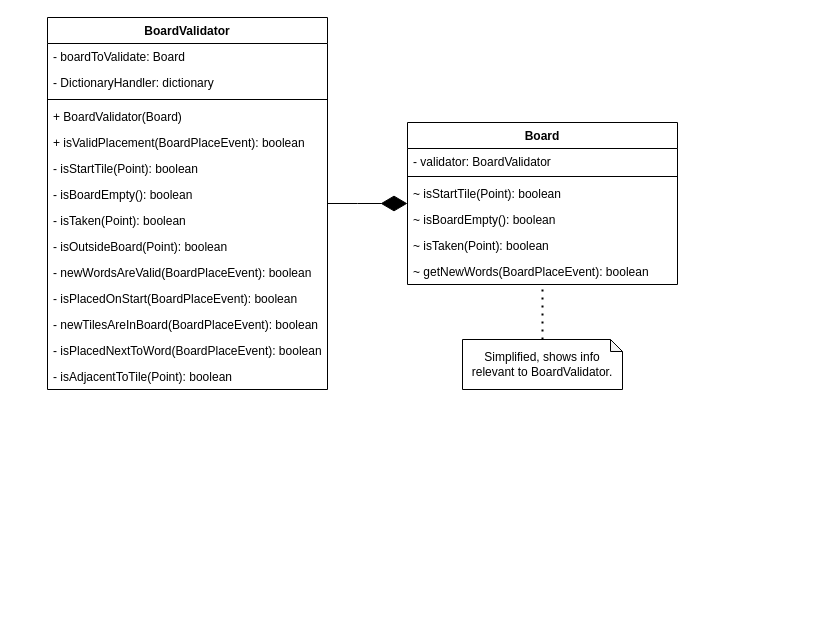
Before: page "BoardValidator" (1 of 2) of UML/ClassDiagrams/Model/BoardValidator.drawio in trk20/Scuffle, a draw.io diagram. Source tidied: cells renumbered, new cells numbered last; positions are measured from the earlier drawing's top-left corner, leaving out a move shared by most shapes. Both pictures are drawn from the tidied source at 100%, with x=0, y=0 at pixel (47, 17).
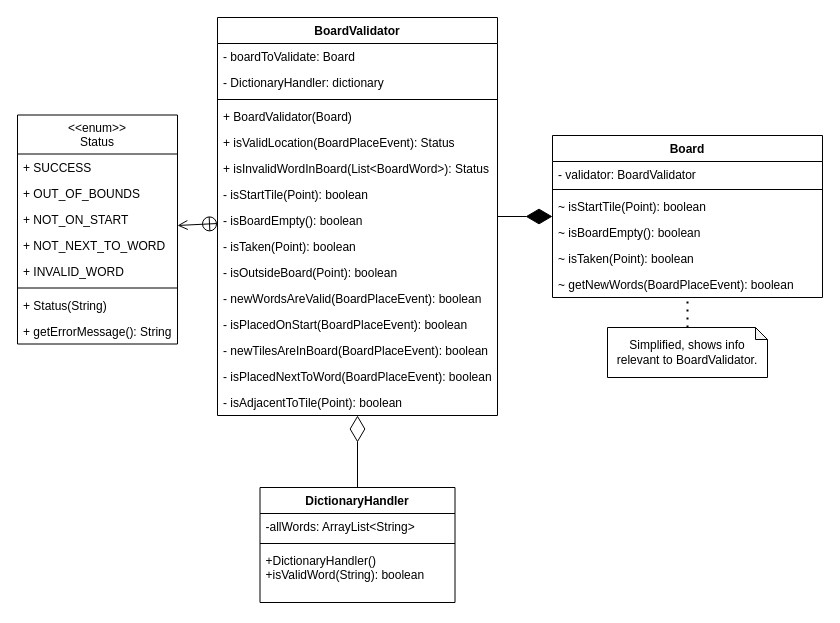
Above is the later version.

What changed in the source:
```diff
@@
     <mxCell id="2" value="BoardValidator" style="swimlane;fontStyle=1;align=center;verticalAlign=top;horizontal=1;startSize=26;" parent="1" vertex="1">
-      <mxGeometry width="280" height="372" as="geometry" />
+      <mxGeometry x="170" width="280" height="398" as="geometry" />
     </mxCell>
@@
-    <mxCell id="7" value="+ isValidPlacement(BoardPlaceEvent): boolean" style="text;strokeColor=none;fillColor=none;align=left;verticalAlign=top;spacingLeft=4;spacingRight=4;overflow=hidden;" parent="2" vertex="1">
+    <mxCell id="7" value="+ isValidLocation(BoardPlaceEvent): Status" style="text;strokeColor=none;fillColor=none;align=left;verticalAlign=top;spacingLeft=4;spacingRight=4;overflow=hidden;" parent="2" vertex="1">
       <mxGeometry y="112" width="280" height="26" as="geometry" />
     </mxCell>
+    <mxCell id="28" value="+ isInvalidWordInBoard(List&lt;BoardWord&gt;): Status" style="text;strokeColor=none;fillColor=none;align=left;verticalAlign=top;spacingLeft=4;spacingRight=4;overflow=hidden;" parent="2" vertex="1">
+      <mxGeometry y="138" width="280" height="26" as="geometry" />
+    </mxCell>
     <mxCell id="8" value="- isStartTile(Point): boolean" style="text;strokeColor=none;fillColor=none;align=left;verticalAlign=top;spacingLeft=4;spacingRight=4;overflow=hidden;" parent="2" vertex="1">
-      <mxGeometry y="138" width="280" height="26" as="geometry" />
+      <mxGeometry y="164" width="280" height="26" as="geometry" />
     </mxCell>
     <mxCell id="9" value="- isBoardEmpty(): boolean" style="text;strokeColor=none;fillColor=none;align=left;verticalAlign=top;spacingLeft=4;spacingRight=4;overflow=hidden;" parent="2" vertex="1">
-      <mxGeometry y="164" width="280" height="26" as="geometry" />
+      <mxGeometry y="190" width="280" height="26" as="geometry" />
     </mxCell>
     <mxCell id="10" value="- isTaken(Point): boolean" style="text;strokeColor=none;fillColor=none;align=left;verticalAlign=top;spacingLeft=4;spacingRight=4;overflow=hidden;" parent="2" vertex="1">
-      <mxGeometry y="190" width="280" height="26" as="geometry" />
+      <mxGeometry y="216" width="280" height="26" as="geometry" />
     </mxCell>
     <mxCell id="11" value="- isOutsideBoard(Point): boolean" style="text;strokeColor=none;fillColor=none;align=left;verticalAlign=top;spacingLeft=4;spacingRight=4;overflow=hidden;" parent="2" vertex="1">
-      <mxGeometry y="216" width="280" height="26" as="geometry" />
+      <mxGeometry y="242" width="280" height="26" as="geometry" />
     </mxCell>
     <mxCell id="12" value="- newWordsAreValid(BoardPlaceEvent): boolean" style="text;strokeColor=none;fillColor=none;align=left;verticalAlign=top;spacingLeft=4;spacingRight=4;overflow=hidden;" parent="2" vertex="1">
-      <mxGeometry y="242" width="280" height="26" as="geometry" />
+      <mxGeometry y="268" width="280" height="26" as="geometry" />
     </mxCell>
     <mxCell id="13" value="- isPlacedOnStart(BoardPlaceEvent): boolean" style="text;strokeColor=none;fillColor=none;align=left;verticalAlign=top;spacingLeft=4;spacingRight=4;overflow=hidden;" parent="2" vertex="1">
-      <mxGeometry y="268" width="280" height="26" as="geometry" />
+      <mxGeometry y="294" width="280" height="26" as="geometry" />
     </mxCell>
     <mxCell id="14" value="- newTilesAreInBoard(BoardPlaceEvent): boolean" style="text;strokeColor=none;fillColor=none;align=left;verticalAlign=top;spacingLeft=4;spacingRight=4;overflow=hidden;" parent="2" vertex="1">
-      <mxGeometry y="294" width="280" height="26" as="geometry" />
+      <mxGeometry y="320" width="280" height="26" as="geometry" />
     </mxCell>
     <mxCell id="15" value="- isPlacedNextToWord(BoardPlaceEvent): boolean" style="text;strokeColor=none;fillColor=none;align=left;verticalAlign=top;spacingLeft=4;spacingRight=4;overflow=hidden;" parent="2" vertex="1">
-      <mxGeometry y="320" width="280" height="26" as="geometry" />
+      <mxGeometry y="346" width="280" height="26" as="geometry" />
     </mxCell>
     <mxCell id="16" value="- isAdjacentToTile(Point): boolean" style="text;strokeColor=none;fillColor=none;align=left;verticalAlign=top;spacingLeft=4;spacingRight=4;overflow=hidden;" parent="2" vertex="1">
-      <mxGeometry y="346" width="280" height="26" as="geometry" />
+      <mxGeometry y="372" width="280" height="26" as="geometry" />
     </mxCell>
     <mxCell id="17" value="Board" style="swimlane;fontStyle=1;align=center;verticalAlign=top;horizontal=1;startSize=26;" parent="1" vertex="1">
-      <mxGeometry x="360" y="105" width="270" height="162" as="geometry" />
+      <mxGeometry x="505" y="118" width="270" height="162" as="geometry" />
     </mxCell>
@@
     <mxCell id="25" value="Simplified, shows info relevant to BoardValidator." style="shape=note;whiteSpace=wrap;html=1;backgroundOutline=1;darkOpacity=0.05;size=12;" parent="1" vertex="1">
-      <mxGeometry x="415" y="322" width="160" height="50" as="geometry" />
+      <mxGeometry x="560" y="310" width="160" height="50" as="geometry" />
     </mxCell>
@@
     <mxCell id="27" style="endArrow=diamondThin;endFill=1;endSize=24;html=1;rounded=0;" parent="1" edge="1" source="2" target="17">
-      <mxGeometry relative="1" as="geometry">
-        <Array as="points">
-          <mxPoint x="310" y="186" />
-        </Array>
-      </mxGeometry>
+      <mxGeometry relative="1" as="geometry" />
     </mxCell>
+    <mxCell id="29" value="&lt;&lt;enum&gt;&gt;&#10;Status" style="swimlane;fontStyle=0;horizontal=1;startSize=39;fillColor=none;" parent="1" vertex="1">
+      <mxGeometry x="-30" y="97.5" width="160" height="229" as="geometry" />
+    </mxCell>
+    <mxCell id="30" value="+ SUCCESS" style="text;strokeColor=none;fillColor=none;align=left;verticalAlign=top;spacingLeft=4;spacingRight=4;overflow=hidden;" parent="29" vertex="1">
+      <mxGeometry y="39" width="160" height="26" as="geometry" />
+    </mxCell>
+    <mxCell id="31" value="+ OUT_OF_BOUNDS" style="text;strokeColor=none;fillColor=none;align=left;verticalAlign=top;spacingLeft=4;spacingRight=4;overflow=hidden;" parent="29" vertex="1">
+      <mxGeometry y="65" width="160" height="26" as="geometry" />
+    </mxCell>
+    <mxCell id="32" value="+ NOT_ON_START" style="text;strokeColor=none;fillColor=none;align=left;verticalAlign=top;spacingLeft=4;spacingRight=4;overflow=hidden;" parent="29" vertex="1">
+      <mxGeometry y="91" width="160" height="26" as="geometry" />
+    </mxCell>
+    <mxCell id="33" value="+ NOT_NEXT_TO_WORD" style="text;strokeColor=none;fillColor=none;align=left;verticalAlign=top;spacingLeft=4;spacingRight=4;overflow=hidden;" parent="29" vertex="1">
+      <mxGeometry y="117" width="160" height="26" as="geometry" />
+    </mxCell>
+    <mxCell id="34" value="+ INVALID_WORD" style="text;strokeColor=none;fillColor=none;align=left;verticalAlign=top;spacingLeft=4;spacingRight=4;overflow=hidden;" parent="29" vertex="1">
+      <mxGeometry y="143" width="160" height="26" as="geometry" />
+    </mxCell>
+    <mxCell id="35" style="line;strokeWidth=1;fillColor=none;align=left;verticalAlign=middle;spacingTop=-1;spacingLeft=3;spacingRight=3;labelPosition=right;" parent="29" vertex="1">
+      <mxGeometry y="169" width="160" height="8" as="geometry" />
+    </mxCell>
+    <mxCell id="36" value="+ Status(String)" style="text;strokeColor=none;fillColor=none;align=left;verticalAlign=top;spacingLeft=4;spacingRight=4;overflow=hidden;" parent="29" vertex="1">
+      <mxGeometry y="177" width="160" height="26" as="geometry" />
+    </mxCell>
+    <mxCell id="37" value="+ getErrorMessage(): String" style="text;strokeColor=none;fillColor=none;align=left;verticalAlign=top;spacingLeft=4;spacingRight=4;overflow=hidden;" parent="29" vertex="1">
+      <mxGeometry y="203" width="160" height="26" as="geometry" />
+    </mxCell>
+    <mxCell id="38" style="endArrow=open;startArrow=circlePlus;endFill=0;startFill=0;endSize=8;html=1;rounded=0;" parent="1" edge="1" source="2" target="29">
+      <mxGeometry relative="1" as="geometry" />
+    </mxCell>
+    <mxCell id="39" value="DictionaryHandler" style="swimlane;fontStyle=1;align=center;verticalAlign=top;horizontal=1;startSize=26;" parent="1" vertex="1">
+      <mxGeometry x="212.5" y="470" width="195" height="115" as="geometry" />
+    </mxCell>
+    <mxCell id="40" value="-allWords: ArrayList&lt;String&gt;" style="text;strokeColor=none;fillColor=none;align=left;verticalAlign=top;spacingLeft=4;spacingRight=4;overflow=hidden;" parent="39" vertex="1">
+      <mxGeometry y="26" width="195" height="26" as="geometry" />
+    </mxCell>
+    <mxCell id="41" style="line;strokeWidth=1;fillColor=none;align=left;verticalAlign=middle;spacingTop=-1;spacingLeft=3;spacingRight=3;labelPosition=right;" parent="39" vertex="1">
+      <mxGeometry y="52" width="195" height="8" as="geometry" />
+    </mxCell>
+    <mxCell id="42" value="+DictionaryHandler()&#10;+isValidWord(String): boolean" style="text;strokeColor=none;fillColor=none;align=left;verticalAlign=top;spacingLeft=4;spacingRight=4;overflow=hidden;" parent="39" vertex="1">
+      <mxGeometry y="60" width="195" height="55" as="geometry" />
+    </mxCell>
+    <mxCell id="43" style="endArrow=diamondThin;endFill=0;endSize=24;html=1;rounded=0;" parent="1" edge="1" source="39" target="2">
+      <mxGeometry relative="1" as="geometry" />
+    </mxCell>
```
